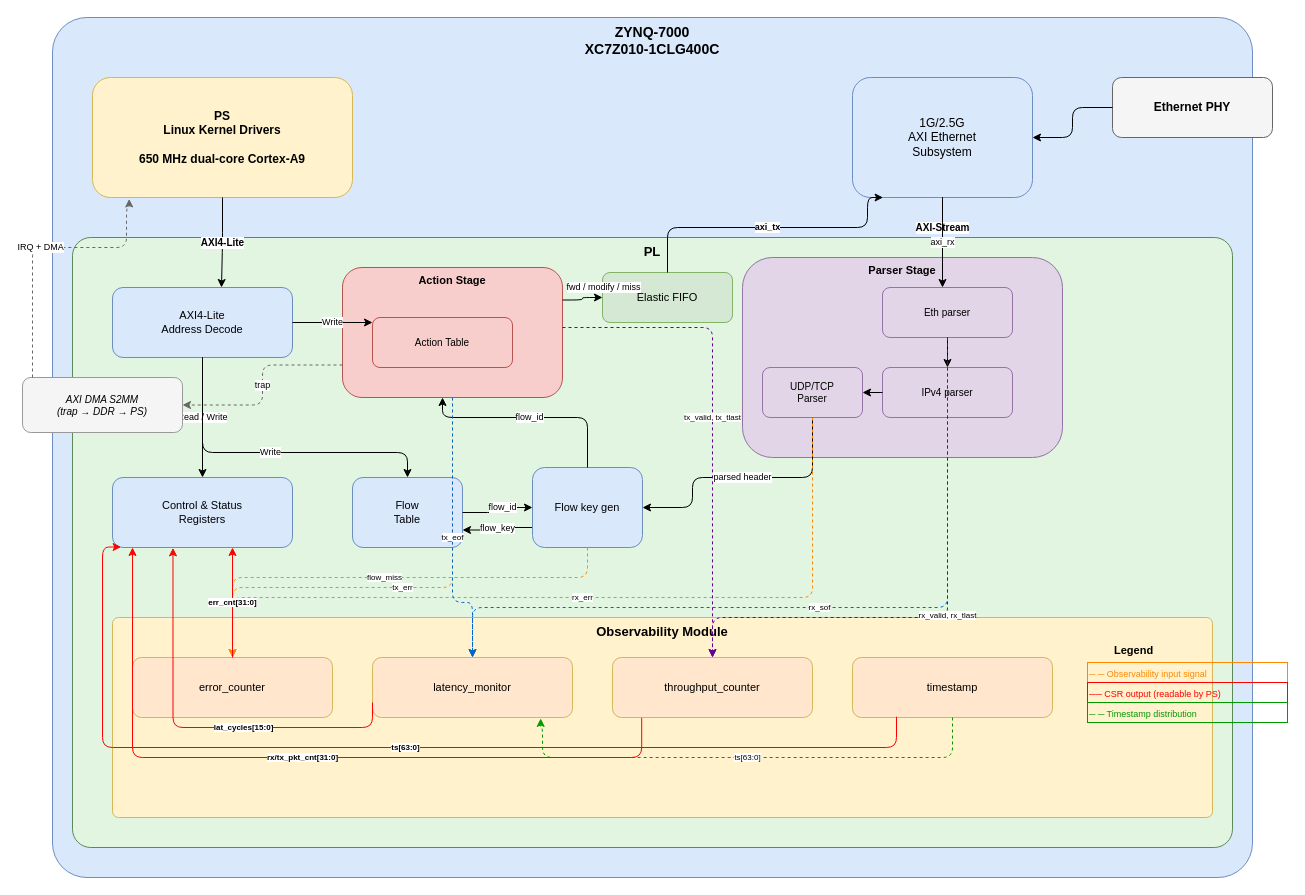
Above: docs/zynq_dataplane.drawio in JesseOinonen/zynq-networking-dataplane (draw.io), before the change. Source tidied: cells renumbered, new cells numbered last; positions are measured from the earlier drawing's top-left corner, leaving out a move shared by most shapes. Both pictures are drawn from the tidied source at 100%, with x=0, y=0 at pixel (22, 17).
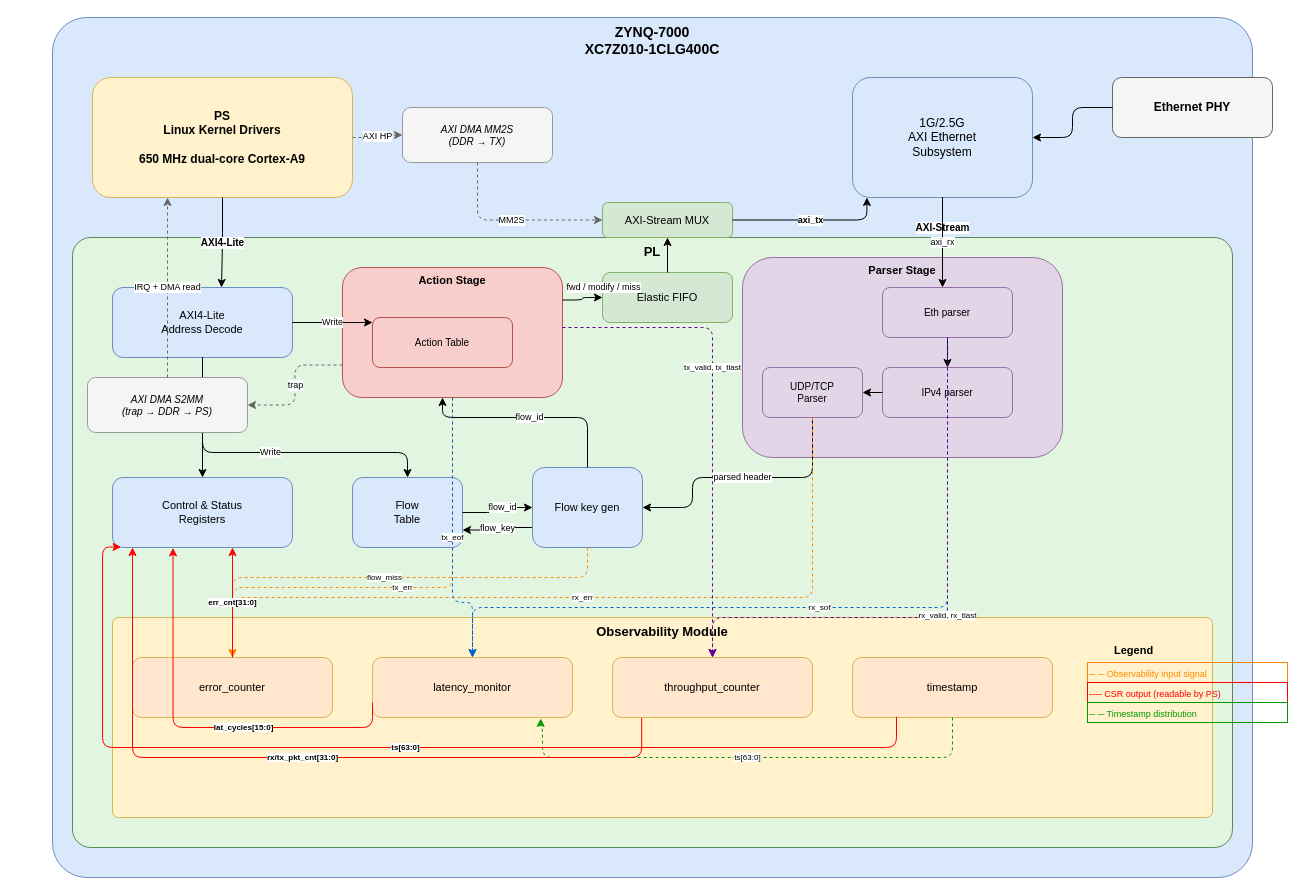
The same page after the edit.

The change refers to these unchanged cells:
```xml
<mxCell id="3" value="PS&#10;Linux Kernel Drivers&#10;&#10;650 MHz dual-core Cortex-A9" style="rounded=1;whiteSpace=wrap;html=1;fillColor=#fff2cc;strokeColor=#d6b656;fontSize=12;fontStyle=1;" parent="1" vertex="1">
  <mxGeometry x="70" y="60" width="260" height="120" as="geometry" />
</mxCell>
<mxCell id="4" value="1G/2.5G&#10;AXI Ethernet&#10;Subsystem" style="rounded=1;whiteSpace=wrap;html=1;fillColor=#dae8fc;strokeColor=#6c8ebf;fontSize=12;" parent="1" vertex="1">
  <mxGeometry x="830" y="60" width="180" height="120" as="geometry" />
</mxCell>
<mxCell id="14" value="Action Stage" style="rounded=1;whiteSpace=wrap;html=1;fillColor=#f8cecc;strokeColor=#b85450;fontSize=11;fontStyle=1;verticalAlign=top;" parent="1" vertex="1">
  <mxGeometry x="320" y="250" width="220" height="130" as="geometry" />
</mxCell>
<mxCell id="32" value="throughput_counter" style="rounded=1;whiteSpace=wrap;html=1;fillColor=#ffe6cc;strokeColor=#d6b656;fontSize=11;" parent="1" vertex="1">
  <mxGeometry x="590" y="640" width="200" height="60" as="geometry" />
</mxCell>
<mxCell id="51" value="Elastic FIFO" style="rounded=1;whiteSpace=wrap;html=1;fillColor=#d5e8d4;strokeColor=#82b366;fontSize=11;" parent="1" vertex="1">
  <mxGeometry x="580" y="255" width="130" height="50" as="geometry" />
</mxCell>
```

What changed in the source:
```diff
@@
     <mxCell id="41" value="tx_valid, tx_tlast" style="edgeStyle=orthogonalEdgeStyle;html=1;fontSize=8;dashed=1;strokeColor=#660099;" parent="1" edge="1" source="14" target="32">
-      <mxGeometry relative="1" as="geometry">
+      <mxGeometry x="-0.21" relative="1" as="geometry">
         <Array as="points">
           <mxPoint x="540" y="310" />
           <mxPoint x="690" y="310" />
           <mxPoint x="690" y="640" />
         </Array>
       </mxGeometry>
     </mxCell>
@@
+    <mxCell id="57" value="AXI-Stream MUX" style="rounded=1;whiteSpace=wrap;html=1;fillColor=#d5e8d4;strokeColor=#82b366;fontSize=11;" parent="1" vertex="1">
+      <mxGeometry x="580" y="185" width="130" height="35" as="geometry" />
+    </mxCell>
+    <mxCell id="58" style="edgeStyle=orthogonalEdgeStyle;html=1;exitX=0.5;exitY=0;exitDx=0;exitDy=0;entryX=0.5;entryY=1;entryDx=0;entryDy=0;" parent="1" edge="1" source="51" target="57">
+      <mxGeometry relative="1" as="geometry" />
+    </mxCell>
-    <mxCell id="53" value="axi_tx" style="edgeStyle=orthogonalEdgeStyle;html=1;fontSize=9;fontStyle=1;exitX=0.5;exitY=0;exitDx=0;exitDy=0;entryX=0.17;entryY=1;entryDx=0;entryDy=0;" parent="1" edge="1" source="51" target="4">
+    <mxCell id="53" value="axi_tx" style="edgeStyle=orthogonalEdgeStyle;html=1;fontSize=9;fontStyle=1;exitX=1;exitY=0.5;exitDx=0;exitDy=0;entryX=0.08;entryY=1;entryDx=0;entryDy=0;" parent="1" edge="1" source="57" target="4">
       <mxGeometry relative="1" as="geometry">
         <Array as="points">
-          <mxPoint x="645" y="210" />
-          <mxPoint x="845" y="210" />
+          <mxPoint x="845" y="202" />
           <mxPoint x="845" y="180" />
         </Array>
       </mxGeometry>
     </mxCell>
+    <mxCell id="59" value="AXI DMA MM2S&#10;(DDR → TX)" style="rounded=1;whiteSpace=wrap;html=1;fillColor=#f5f5f5;strokeColor=#999999;fontSize=10;fontStyle=2;" parent="1" vertex="1">
+      <mxGeometry x="380" y="90" width="150" height="55" as="geometry" />
+    </mxCell>
+    <mxCell id="60" value="AXI HP" style="edgeStyle=orthogonalEdgeStyle;html=1;fontSize=9;dashed=1;strokeColor=#666666;exitX=1;exitY=0.5;exitDx=0;exitDy=0;entryX=0;entryY=0.5;entryDx=0;entryDy=0;" parent="1" edge="1" source="3" target="59">
+      <mxGeometry relative="1" as="geometry" />
+    </mxCell>
+    <mxCell id="61" value="MM2S" style="edgeStyle=orthogonalEdgeStyle;html=1;fontSize=9;dashed=1;strokeColor=#666666;exitX=0.5;exitY=1;exitDx=0;exitDy=0;entryX=0;entryY=0.5;entryDx=0;entryDy=0;" parent="1" edge="1" source="59" target="57">
+      <mxGeometry relative="1" as="geometry">
+        <Array as="points">
+          <mxPoint x="455" y="202" />
+        </Array>
+      </mxGeometry>
+    </mxCell>
     <mxCell id="54" value="AXI DMA S2MM&#10;(trap → DDR → PS)" style="rounded=1;whiteSpace=wrap;html=1;fillColor=#f5f5f5;strokeColor=#999999;fontSize=10;fontStyle=2;" parent="1" vertex="1">
-      <mxGeometry y="360" width="160" height="55" as="geometry" />
+      <mxGeometry x="65" y="360" width="160" height="55" as="geometry" />
     </mxCell>
@@
-    <mxCell id="56" value="IRQ + DMA" style="edgeStyle=orthogonalEdgeStyle;html=1;fontSize=9;dashed=1;strokeColor=#666666;exitX=0.5;exitY=0;exitDx=0;exitDy=0;entryX=0.141;entryY=1.012;entryDx=0;entryDy=0;entryPerimeter=0;" parent="1" edge="1" target="3">
+    <mxCell id="56" value="IRQ + DMA read" style="edgeStyle=orthogonalEdgeStyle;html=1;fontSize=9;dashed=1;strokeColor=#666666;exitX=0.5;exitY=0;exitDx=0;exitDy=0;" parent="1" edge="1" source="54">
       <mxGeometry relative="1" as="geometry">
-        <mxPoint x="10" y="360" as="sourcePoint" />
+        <mxPoint x="145" y="180" as="targetPoint" />
         <Array as="points">
-          <mxPoint x="10" y="230" />
-          <mxPoint x="104" y="230" />
-          <mxPoint x="104" y="190" />
-          <mxPoint x="107" y="190" />
+          <mxPoint x="145" y="180" />
         </Array>
       </mxGeometry>
     </mxCell>
```
